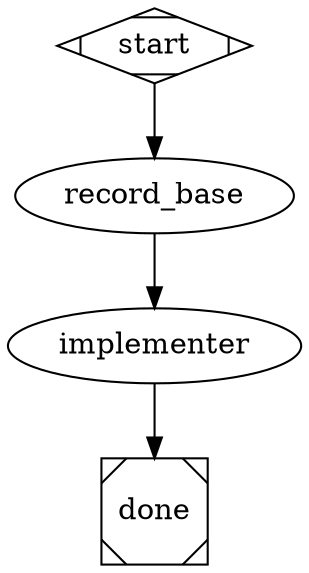
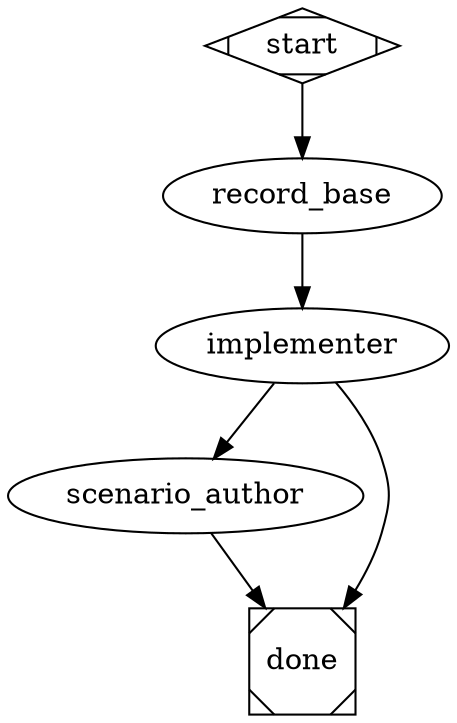
digraph implement {
  goal="Autonomous implementation loop"
  inputs="specs_dir,max_iterations,llm_model,scenarios_dir"

  start [shape=Mdiamond]

  record_base [type="tool",
               cwd="$project",
               tool_command="printf '{\"sha\":\"%s\"}\n' \"$(git rev-parse HEAD)\"",
               produces_from_stdout="true"]

  implementer [agent="implement", max_iterations="$max_iterations"]

+   scenario_author [agent="scenario-author"]
+ 
  done [shape=Msquare]

-   start       -> record_base
-   record_base -> implementer
-   implementer -> done
+   start           -> record_base
+   record_base     -> implementer
+   implementer     -> scenario_author   [condition="scenarios_dir!=''"]
+   implementer     -> done              [condition="scenarios_dir=''"]
+   scenario_author -> done
}
